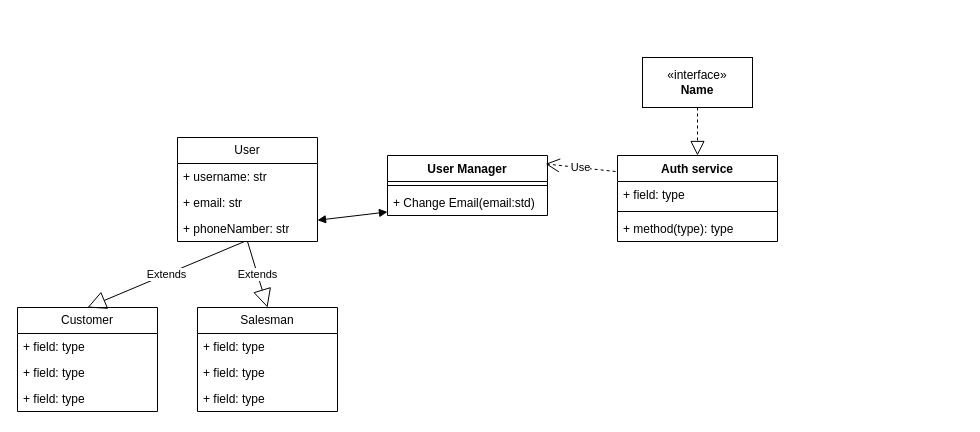
Above: UML_class1 (1) (1).drawio in SayanaDanzanova/uml (draw.io), before the change. Source tidied: cells renumbered, new cells numbered last; positions are measured from the earlier drawing's top-left corner, leaving out a move shared by most shapes. Both pictures are drawn from the tidied source at 100%, with x=0, y=0 at pixel (17, 57).
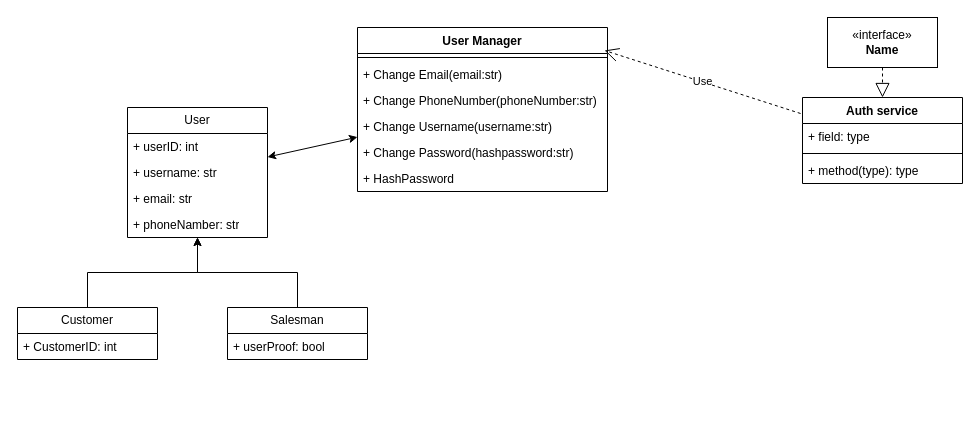
The same page after the edit.

The edit, as a diff of the source:
```diff
@@
     <mxCell id="2" value="User" style="swimlane;fontStyle=0;horizontal=1;startSize=26;fillColor=none;whiteSpace=wrap;html=1;" parent="1" vertex="1">
-      <mxGeometry x="160" y="80" width="140" height="104" as="geometry" />
+      <mxGeometry x="110" y="50" width="140" height="130" as="geometry" />
     </mxCell>
+    <mxCell id="27" value="+ userID: int" style="text;strokeColor=none;fillColor=none;align=left;verticalAlign=top;spacingLeft=4;spacingRight=4;overflow=hidden;whiteSpace=wrap;html=1;" parent="2" vertex="1">
+      <mxGeometry y="26" width="140" height="26" as="geometry" />
+    </mxCell>
     <mxCell id="3" value="+ username: str" style="text;strokeColor=none;fillColor=none;align=left;verticalAlign=top;spacingLeft=4;spacingRight=4;overflow=hidden;whiteSpace=wrap;html=1;" parent="2" vertex="1">
-      <mxGeometry y="26" width="140" height="26" as="geometry" />
+      <mxGeometry y="52" width="140" height="26" as="geometry" />
     </mxCell>
     <mxCell id="4" value="+ email: str" style="text;strokeColor=none;fillColor=none;align=left;verticalAlign=top;spacingLeft=4;spacingRight=4;overflow=hidden;whiteSpace=wrap;html=1;" parent="2" vertex="1">
-      <mxGeometry y="52" width="140" height="26" as="geometry" />
+      <mxGeometry y="78" width="140" height="26" as="geometry" />
     </mxCell>
     <mxCell id="5" value="+ phoneNamber: str" style="text;strokeColor=none;fillColor=none;align=left;verticalAlign=top;spacingLeft=4;spacingRight=4;overflow=hidden;points=[[0,0.5],[1,0.5]];portConstraint=eastwest;whiteSpace=wrap;html=1;" parent="2" vertex="1">
-      <mxGeometry y="78" width="140" height="26" as="geometry" />
+      <mxGeometry y="104" width="140" height="26" as="geometry" />
     </mxCell>
+    <mxCell id="28" style="edgeStyle=orthogonalEdgeStyle;rounded=0;jettySize=auto;html=1;exitX=0.5;exitY=0;exitDx=0;exitDy=0;" parent="1" edge="1" source="6" target="2">
+      <mxGeometry relative="1" as="geometry" />
+    </mxCell>
     <mxCell id="6" value="Customer" style="swimlane;fontStyle=0;horizontal=1;startSize=26;fillColor=none;whiteSpace=wrap;html=1;" parent="1" vertex="1">
-      <mxGeometry y="250" width="140" height="104" as="geometry" />
+      <mxGeometry y="250" width="140" height="52" as="geometry" />
     </mxCell>
-    <mxCell id="7" value="+ field: type" style="text;strokeColor=none;fillColor=none;align=left;verticalAlign=top;spacingLeft=4;spacingRight=4;overflow=hidden;whiteSpace=wrap;html=1;" parent="6" vertex="1">
+    <mxCell id="7" value="+ CustomerID: int" style="text;strokeColor=none;fillColor=none;align=left;verticalAlign=top;spacingLeft=4;spacingRight=4;overflow=hidden;whiteSpace=wrap;html=1;" parent="6" vertex="1">
       <mxGeometry y="26" width="140" height="26" as="geometry" />
     </mxCell>
-    <mxCell id="8" value="+ field: type" style="text;strokeColor=none;fillColor=none;align=left;verticalAlign=top;spacingLeft=4;spacingRight=4;overflow=hidden;whiteSpace=wrap;html=1;" parent="6" vertex="1">
-      <mxGeometry y="52" width="140" height="26" as="geometry" />
-    </mxCell>
-    <mxCell id="9" value="+ field: type" style="text;strokeColor=none;fillColor=none;align=left;verticalAlign=top;spacingLeft=4;spacingRight=4;overflow=hidden;whiteSpace=wrap;html=1;" parent="6" vertex="1">
-      <mxGeometry y="78" width="140" height="26" as="geometry" />
-    </mxCell>
+    <mxCell id="29" style="edgeStyle=orthogonalEdgeStyle;rounded=0;jettySize=auto;html=1;exitX=0.5;exitY=0;exitDx=0;exitDy=0;" parent="1" edge="1" source="10" target="2">
+      <mxGeometry relative="1" as="geometry" />
+    </mxCell>
     <mxCell id="10" value="Salesman" style="swimlane;fontStyle=0;horizontal=1;startSize=26;fillColor=none;whiteSpace=wrap;html=1;" parent="1" vertex="1">
-      <mxGeometry x="180" y="250" width="140" height="104" as="geometry" />
+      <mxGeometry x="210" y="250" width="140" height="52" as="geometry" />
     </mxCell>
-    <mxCell id="11" value="+ field: type" style="text;strokeColor=none;fillColor=none;align=left;verticalAlign=top;spacingLeft=4;spacingRight=4;overflow=hidden;whiteSpace=wrap;html=1;" parent="10" vertex="1">
+    <mxCell id="11" value="+ userProof: bool" style="text;strokeColor=none;fillColor=none;align=left;verticalAlign=top;spacingLeft=4;spacingRight=4;overflow=hidden;whiteSpace=wrap;html=1;" parent="10" vertex="1">
       <mxGeometry y="26" width="140" height="26" as="geometry" />
     </mxCell>
-    <mxCell id="12" value="+ field: type" style="text;strokeColor=none;fillColor=none;align=left;verticalAlign=top;spacingLeft=4;spacingRight=4;overflow=hidden;whiteSpace=wrap;html=1;" parent="10" vertex="1">
-      <mxGeometry y="52" width="140" height="26" as="geometry" />
-    </mxCell>
-    <mxCell id="13" value="+ field: type" style="text;strokeColor=none;fillColor=none;align=left;verticalAlign=top;spacingLeft=4;spacingRight=4;overflow=hidden;whiteSpace=wrap;html=1;" parent="10" vertex="1">
-      <mxGeometry y="78" width="140" height="26" as="geometry" />
-    </mxCell>
     <mxCell id="14" value="Auth service" style="swimlane;fontStyle=1;align=center;verticalAlign=top;horizontal=1;startSize=26;whiteSpace=wrap;html=1;" parent="1" vertex="1">
-      <mxGeometry x="600" y="98" width="160" height="86" as="geometry" />
+      <mxGeometry x="785" y="40" width="160" height="86" as="geometry" />
     </mxCell>
@@
     <mxCell id="18" value="User Manager" style="swimlane;fontStyle=1;align=center;verticalAlign=top;horizontal=1;startSize=26;whiteSpace=wrap;html=1;" parent="1" vertex="1">
-      <mxGeometry x="370" y="98" width="160" height="60" as="geometry" />
+      <mxGeometry x="340" y="-30" width="250" height="164" as="geometry" />
     </mxCell>
     <mxCell id="19" style="line;strokeWidth=1;fillColor=none;align=left;verticalAlign=middle;spacingTop=-1;spacingLeft=3;spacingRight=3;labelPosition=right;strokeColor=inherit;" parent="18" vertex="1">
-      <mxGeometry y="26" width="160" height="8" as="geometry" />
+      <mxGeometry y="26" width="250" height="8" as="geometry" />
     </mxCell>
+    <mxCell id="30" value="+ Change Email(email:str)" style="text;strokeColor=none;fillColor=none;align=left;verticalAlign=top;spacingLeft=4;spacingRight=4;overflow=hidden;whiteSpace=wrap;html=1;" parent="18" vertex="1">
+      <mxGeometry y="34" width="250" height="26" as="geometry" />
+    </mxCell>
-    <mxCell id="20" value="+ Change Email(email:std)" style="text;strokeColor=none;fillColor=none;align=left;verticalAlign=top;spacingLeft=4;spacingRight=4;overflow=hidden;points=[[0,0.5],[1,0.5]];portConstraint=eastwest;whiteSpace=wrap;html=1;" parent="18" vertex="1">
-      <mxGeometry y="34" width="160" height="26" as="geometry" />
+    <mxCell id="20" value="+ Change PhoneNumber(phoneNumber:str)" style="text;strokeColor=none;fillColor=none;align=left;verticalAlign=top;spacingLeft=4;spacingRight=4;overflow=hidden;points=[[0,0.5],[1,0.5]];portConstraint=eastwest;whiteSpace=wrap;html=1;" parent="18" vertex="1">
+      <mxGeometry y="60" width="250" height="26" as="geometry" />
     </mxCell>
-    <mxCell id="21" value="Extends" style="endArrow=block;endSize=16;endFill=0;html=1;rounded=0;exitX=0.5;exitY=1;exitDx=0;exitDy=0;entryX=0.5;entryY=0;entryDx=0;entryDy=0;" parent="1" edge="1" source="2" target="10">
-      <mxGeometry relative="1" as="geometry" />
-    </mxCell>
-    <mxCell id="22" value="Extends" style="endArrow=block;endSize=16;endFill=0;html=1;rounded=0;exitX=0.479;exitY=1;exitDx=0;exitDy=0;exitPerimeter=0;entryX=0.5;entryY=0;entryDx=0;entryDy=0;" parent="1" edge="1" source="5" target="6">
-      <mxGeometry relative="1" as="geometry" />
-    </mxCell>
-    <mxCell id="23" style="endArrow=block;startArrow=block;endFill=1;startFill=1;html=1;rounded=0;" parent="1" edge="1" source="5" target="20">
-      <mxGeometry relative="1" as="geometry" />
-    </mxCell>
+    <mxCell id="31" value="+ Change Username(username:str)" style="text;strokeColor=none;fillColor=none;align=left;verticalAlign=top;spacingLeft=4;spacingRight=4;overflow=hidden;whiteSpace=wrap;html=1;" parent="18" vertex="1">
+      <mxGeometry y="86" width="250" height="26" as="geometry" />
+    </mxCell>
+    <mxCell id="32" value="+ Change Password(hashpassword:str)" style="text;strokeColor=none;fillColor=none;align=left;verticalAlign=top;spacingLeft=4;spacingRight=4;overflow=hidden;whiteSpace=wrap;html=1;" parent="18" vertex="1">
+      <mxGeometry y="112" width="250" height="26" as="geometry" />
+    </mxCell>
+    <mxCell id="33" value="+ HashPassword" style="text;strokeColor=none;fillColor=none;align=left;verticalAlign=top;spacingLeft=4;spacingRight=4;overflow=hidden;whiteSpace=wrap;html=1;" parent="18" vertex="1">
+      <mxGeometry y="138" width="250" height="26" as="geometry" />
+    </mxCell>
@@
     <mxCell id="25" value="&amp;laquo;interface&amp;raquo;&lt;br&gt;&lt;b&gt;Name&lt;/b&gt;" style="html=1;whiteSpace=wrap;" parent="1" vertex="1">
-      <mxGeometry x="625" width="110" height="50" as="geometry" />
+      <mxGeometry x="810" y="-40" width="110" height="50" as="geometry" />
     </mxCell>
@@
+    <mxCell id="34" style="endArrow=classic;startArrow=classic;html=1;rounded=0;" parent="1" edge="1" source="2" target="18">
+      <mxGeometry relative="1" as="geometry" />
+    </mxCell>
```
